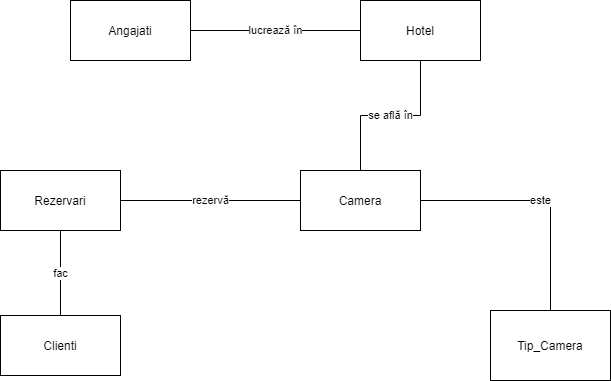
The draw.io diagram Proiect/Diagrama ER.png in liviubouruc/SGBD, before a commit. Source tidied: cells renumbered, new cells last; positions are measured from the earlier drawing's top-left corner, leaving out a move shared by most shapes.
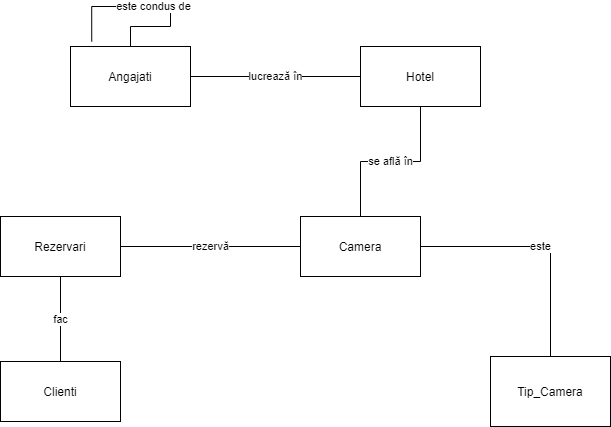
Above is the later version.

Change to the diagram source:
```diff
@@ -5,6 +5,16 @@
     <mxCell id="2" value="lucrează în" style="edgeStyle=orthogonalEdgeStyle;rounded=0;jettySize=auto;html=1;endArrow=none;endFill=0;" parent="1" edge="1" source="3" target="5">
       <mxGeometry relative="1" as="geometry" />
     </mxCell>
+    <mxCell id="14" value="este condus de" style="edgeStyle=orthogonalEdgeStyle;rounded=0;orthogonalLoop=1;jettySize=auto;html=1;endArrow=none;endFill=0;entryX=0.177;entryY=-0.083;entryDx=0;entryDy=0;entryPerimeter=0;" parent="1" edge="1" source="3" target="3">
+      <mxGeometry relative="1" as="geometry">
+        <Array as="points">
+          <mxPoint x="130" y="-20" />
+          <mxPoint x="170" y="-20" />
+          <mxPoint x="170" y="-40" />
+          <mxPoint x="91" y="-40" />
+        </Array>
+      </mxGeometry>
+    </mxCell>
     <mxCell id="3" value="Angajati" style="rounded=0;whiteSpace=wrap;html=1;" parent="1" vertex="1">
       <mxGeometry x="70" width="120" height="60" as="geometry" />
     </mxCell>
```
